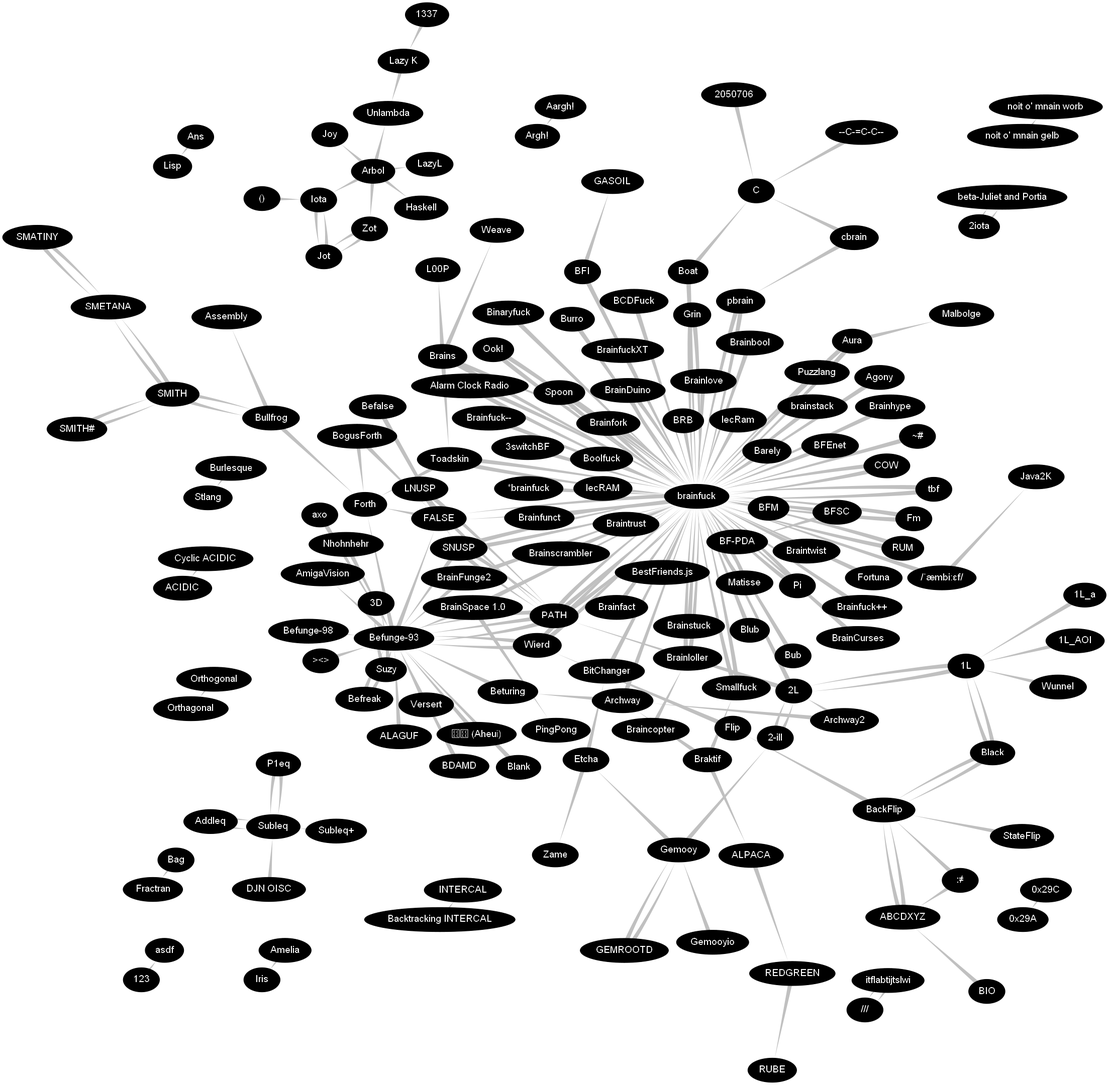
Earlier version of the Graphviz export esolangs.png (reaxis/esolang-familytree). Its source is kept beside it as esolangs.dot. Source of this version:
```dot
digraph esolangs {

	layout=neato;
	overlap=false;
	outputorder=edgesfirst;
	newrank=1;

	edge [color=gray, style=tapered, penwidth=7, arrowtail=none, dir=back, headclip=false];
	node [style=filled, fillcolor=black, fontname=Arial, fontcolor=white];

	parens [label="()"];
	Iota -> parens;

	pointedbrainfuck [label="*brainfuck"];
	brainfuck -> pointedbrainfuck;

	minminCminequalsCminCminmin [label="--C-=C-C--"];
	C -> minminCminequalsCminCminmin;

	slashslashslash [label="///"];
	slashslashslash -> itflabtijtslwi;

	zerox29A [label="0x29A"];
	zerox29C [label="0x29C"];
	zerox29A -> zerox29C;

	onetwothree [label="123"];
	asdf -> onetwothree;

	leet [label="1337"];
	LazyK -> leet;

	oneL [label="1L"];
	oneL_a [label="1L_a"];
	oneL_AOI [label="1L_AOI"];
	twoL -> oneL;
	oneL -> oneL_a;
	oneL -> oneL_AOI;
	oneL -> Black;
	BackFlip -> Black;
	oneL -> Wunnel;

	two050706 [label="2050706"];
	C -> two050706;

	twoill [label="2-ill"];
	twoL -> twoill;

	twoiota [label="2iota"];
	betaJulietandPortia -> twoiota;

	twoL [label="2L"];
	PATH -> twoL;
	brainfuck -> twoL;
	twoL -> twoill;
	twoL -> oneL;

	threeD [label="3D"];
	Befunge93 -> threeD;
	threeD -> Suzy;

	threeswitchBF [label="3switchBF"];
	brainfuck -> threeswitchBF;

	Unassignable [label=":≠"];
	ABCDXYZ -> Unassignable;
	BackFlip -> Unassignable;

	tildehash [label="~#"];
	brainfuck -> tildehash;

	Argh [label="Argh!"];
	Argh -> Aargh;

	Aargh [label="Aargh!"];

	BackFlip -> ABCDXYZ;

	ACIDIC -> CyclicACIDIC;

	Subleq -> Addleq;

	brainfuck -> Agony;

	Aheui [label="아희 (Aheui)"];
	Befunge93 -> Aheui;

	Befunge93 -> ALAGUF;

	RUBE -> REDGREEN -> ALPACA;

	AmbiF [label="/ˈæmbiːɛf/"];
	brainfuck -> AmbiF;
	Java2K -> AmbiF;

	Iris -> Amelia;

	Lisp -> Ans;

	Unlambda -> Arbol;
	LazyL -> Arbol;
	Iota -> Arbol;
	Zot -> Arbol;
	Joy -> Arbol;
	Haskell -> Arbol;

	Beturing -> Archway;
	Archway -> Archway2;
	brainfuck -> Archway;
	twoL -> Archway2;

	AlarmClockRadio [label="Alarm Clock Radio"];
	brainfuck -> AlarmClockRadio;

	brainfuck -> Aura;
	Malbolge -> Aura;

	Befunge93 -> axo;

	BackFlip -> ABCDXYZ;
	Flip -> BackFlip;

	BacktrackingINTERCAL [label="Backtracking INTERCAL"];
	INTERCAL -> BacktrackingINTERCAL;

	Fractran -> Bag;

	brainfuck -> Barely;

	brainfuck -> BCDFuck;

	Befunge93 -> BDAMD;

	FALSE -> Befalse;
	SNUSP -> Befalse;

	Befunge93 -> Befreak;

	Befunge93 [label="Befunge-93"];
	Forth -> Befunge93;
	AmigaVision -> Befunge93;
	Befunge93 -> Wierd;
	Befunge93 -> Befreak;
	Befunge93 -> PATH;
	brainfuck -> PATH;

	Befunge98 [label="Befunge-98"];
	Befunge93 -> Befunge98;

	BestFriends [label="BestFriends.js"];
	brainfuck -> BestFriends;

	betaJulietandPortia [label="beta-Juliet and Portia"];
	betaJulietandPortia -> twoiota;

	Befunge93 -> Beturing;

	brainfuck -> BFEnet;

	brainfuck -> BFI;
	GASOIL -> BFI;

	brainfuck -> BFM;

	BFPDA [label="BF-PDA"];
	brainfuck -> BFPDA;

	BFSC [labe="BF-SC"];
	BFPDA -> BFSC;
	brainfuck -> BFSC;

	brainfuck -> Binaryfuck;

	ABCDXYZ -> BIO;

	brainfuck -> BitChanger;

	oneL -> Black;
	BackFlip -> Black;

	Befunge93 -> Blank;

	C -> Boat;
	brainfuck -> Boat;

	Forth -> BogusForth;
	FALSE -> BogusForth;

	brainfuck -> Boolfuck;

	brainfuck -> Brainbool;

	Brainloller -> Braincopter;

	brainfuck -> BrainCurses;

	brainfuck -> BrainDuino;

	brainfuck -> Brainfact;

	brainfuck -> Brainfork;

	FALSE -> brainfuck;

	brainfuck -> pbrain;
	brainfuck -> lecRAM;
	brainfuck -> RUM;
	brainfuck -> Toadskin;
	brainfuck -> Brainfork;
	brainfuck -> Fm;
	brainfuck -> Smallfuck;
	brainfuck -> Spoon;
	brainfuck -> BrainDuino;
	brainfuck -> AlarmClockRadio;
	brainfuck -> tbf;
	brainfuck -> Grin;

	brainfuck -> Ook;
	brainfuck -> Blub;
	brainfuck -> Matisse;
	brainfuck -> Brainloller;
	brainfuck -> COW;
	brainfuck -> Pi;

	brainfuck -> Aura;
	brainfuck -> PATH;
	Befunge93 -> PATH;
	brainfuck -> SNUSP;
	Befunge93 -> SNUSP;
	brainfuck -> Wierd;

	Brainfuckplusplus [label="Brainfuck++"];
	brainfuck -> Brainfuckplusplus;

	Brainfuckminmin [label="Brainfuck--"];
	brainfuck -> Brainfuckminmin;

	brainfuck -> BrainfuckXT;

	brainfuck -> Brainfunct;

	brainfuck -> BrainFunge2;
	Befunge93 -> BrainFunge2;

	brainfuck -> Brainhype;

	brainfuck -> Brainloller;

	brainfuck -> Brainlove;

	brainfuck -> Brains;
	Brainfork -> Brains;
	Toadskin -> Brains;
	L00P -> Brains;
	Weave -> Brains;

	brainfuck -> Brainscrambler;

	BrainSpace [label="BrainSpace 1.0"];
	Befunge93 -> BrainSpace;
	PingPong -> BrainSpace;
	brainfuck -> BrainSpace;

	brainfuck -> brainstack;

	brainfuck -> Brainstuck;

	brainfuck -> Braintrust;

	brainfuck -> Braintwist;

	ALPACA -> Braktif;
	Smallfuck -> Braktif;
	Archway -> Braktif;

	brainfuck -> BRB;

	brainfuck -> Bub;

	Forth -> Bullfrog;
	Assembly -> Bullfrog;
	Bullfrog -> SMITH;

	Stlang -> Burlesque;

	brainfuck -> Burro;






	pbrain -> cbrain;
	C -> cbrain;

	brainfuck -> COW;

	CyclicACIDIC [label="Cyclic ACIDIC"];

	DJNOISC [label="DJN OISC"];

	BitChanger -> Etcha;

	Forth -> FALSE;
	FALSE -> brainfuck;
	FALSE -> Befunge93;

	Fish [label="><>"];
	Befunge93 -> Fish;

	Wierd -> Flip;

	brainfuck -> Fm;

	brainfuck -> Fortuna;

	twoill -> Gemooy;
	Etcha -> Gemooy;
	Gemooy -> GEMROOTD;
	Gemooy -> Gemooyio;

	Gemooy -> GEMROOTD;

	brainfuck -> Grin;

	Iota -> Jot;

	slashslashslash -> itflabtijtslwi;

	Jot -> Iota;
	Jot -> Zot;

	LazyK [label="Lazy K"];
	Unlambda -> LazyK;

	brainfuck -> lecRam;

	PATH -> LNUSP;
	SNUSP -> LNUSP;

	brainfuck -> Matisse;

	Befunge93 -> Nhohnhehr;

	noitomnaingelb [label="noit o' mnain gelb"];
	noitomnainworb -> noitomnaingelb;

	noitomnainworb [label="noit o' mnain worb"];

	Ook [label="Ook!"];
	brainfuck -> Ook;

	Orthagonal -> Orthogonal;

	Subleq -> P1eq;

	brainfuck -> PATH;
	Befunge93 -> PATH;
	PATH -> SNUSP;
	PATH -> LNUSP;

	brainfuck -> pbrain;

	brainfuck -> Pi;

	brainfuck -> Puzzlang;

	brainfuck -> RUM;

	brainfuck -> Smallfuck;

	SMETANA -> SMATINY;

	SMETANA -> SMITH;
	SMETANA -> SMATINY;

	SMETANA -> SMITH;
	Bullfrog -> SMITH;
	SMITH -> SMITHsharp;

	SMITHsharp [label="SMITH#"];
	SMITH -> SMITHsharp;

	PATH -> SNUSP;
	brainfuck -> SNUSP;

	brainfuck -> Spoon;

	BackFlip -> StateFlip;

	Subleq -> Addleq;
	Subleq -> P1eq;
	Subleq -> DJNOISC;
	Subleq -> Subleqplus;

	Subleqplus [label="Subleq+"];

	Befunge93 -> Suzy;
	threeD -> Suzy;

	brainfuck -> tbf;

	brainfuck -> Toadskin;
	Forth -> Toadskin;

	Befunge93 -> Versert;

	brainfuck -> Wierd;
	Befunge93 -> Wierd;

	Zame -> Etcha;

	Jot -> Zot;



	Malbolge;
}
```
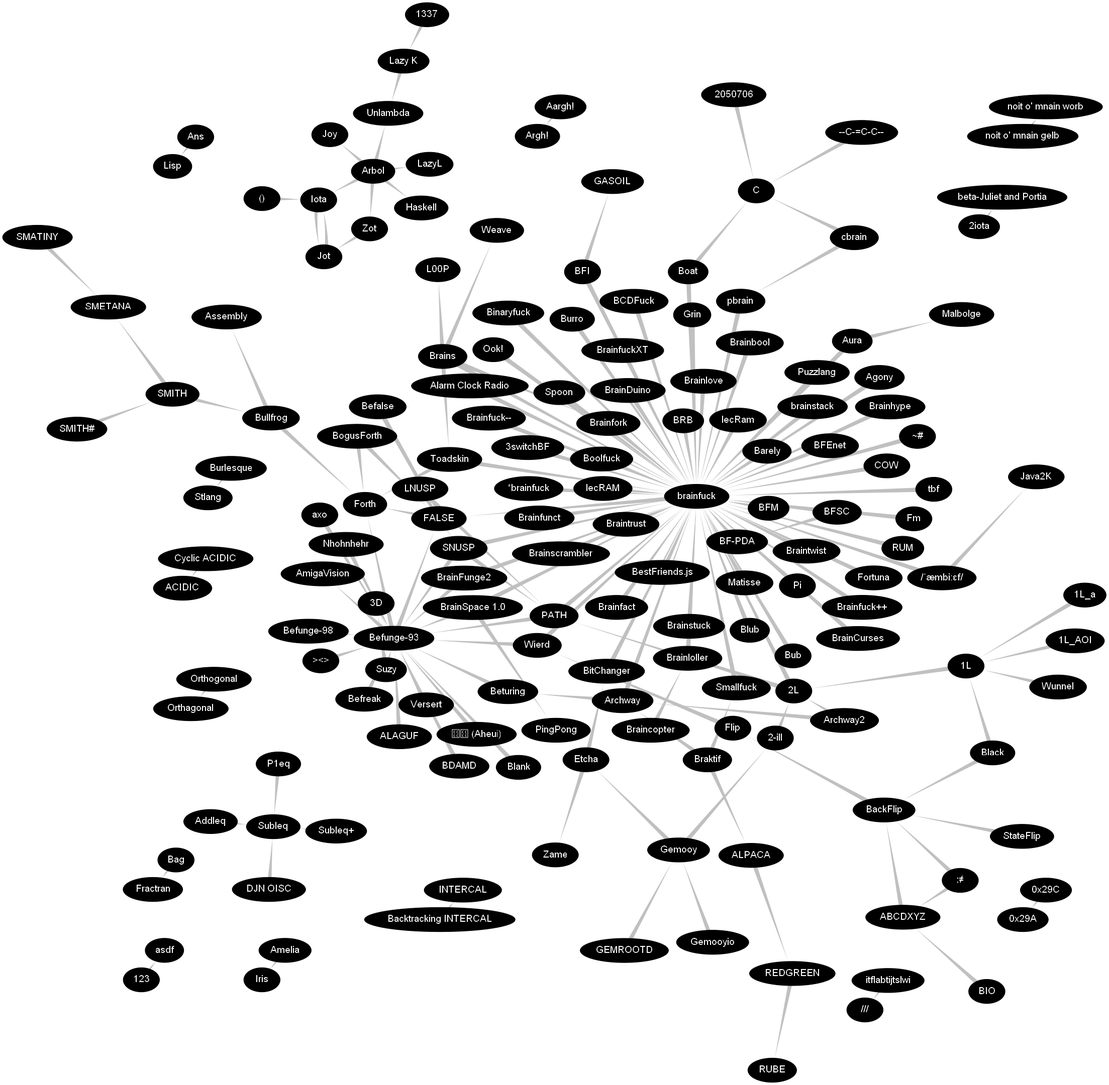
Later version of the same file.

Commit message:
removed duplicate edges

Change to the diagram source:
```diff
@@ -1,4 +1,4 @@
-digraph esolangs {
+strict digraph esolangs {
 
 	layout=neato;
 	overlap=false;
```
